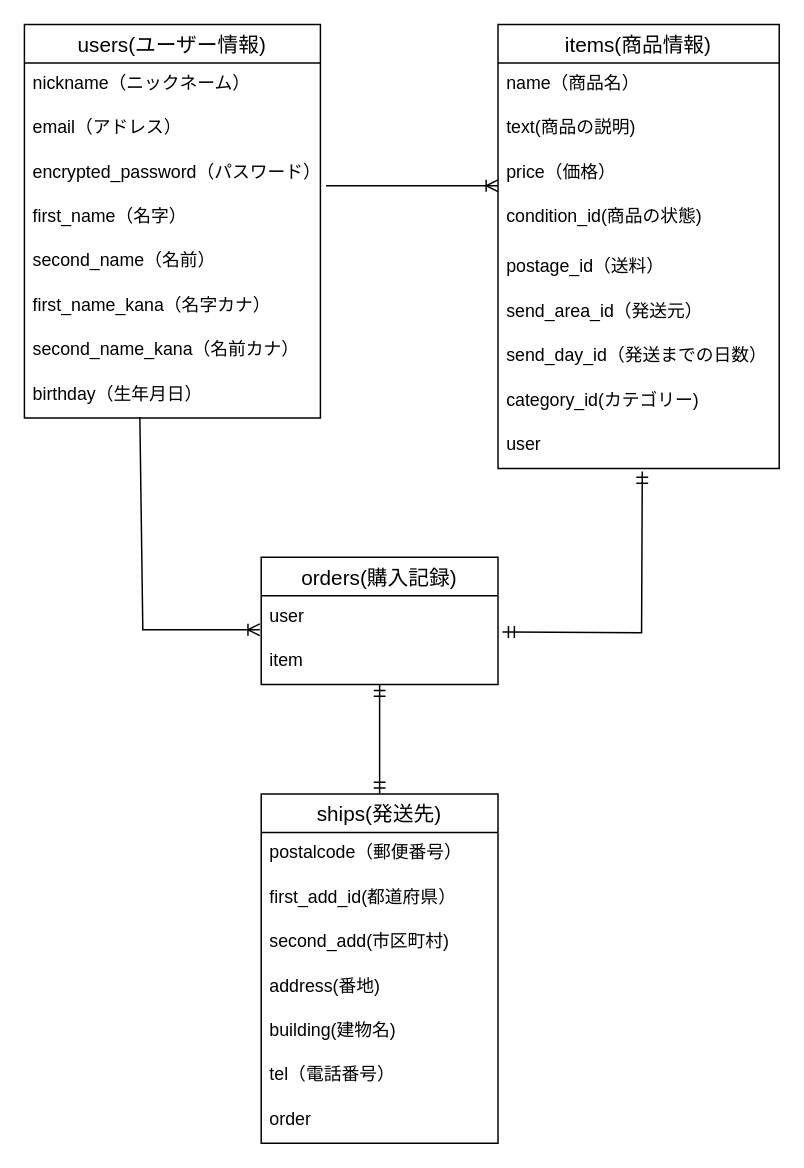
The draw.io diagram furima.dio in tarotani/furima-38505, before the edit. Source tidied: cells renumbered, new cells numbered last; positions are measured from the earlier drawing's top-left corner, leaving out a move shared by most shapes. Both pictures are drawn from the tidied source at 148%, with x=0, y=0 at pixel (24, 24).
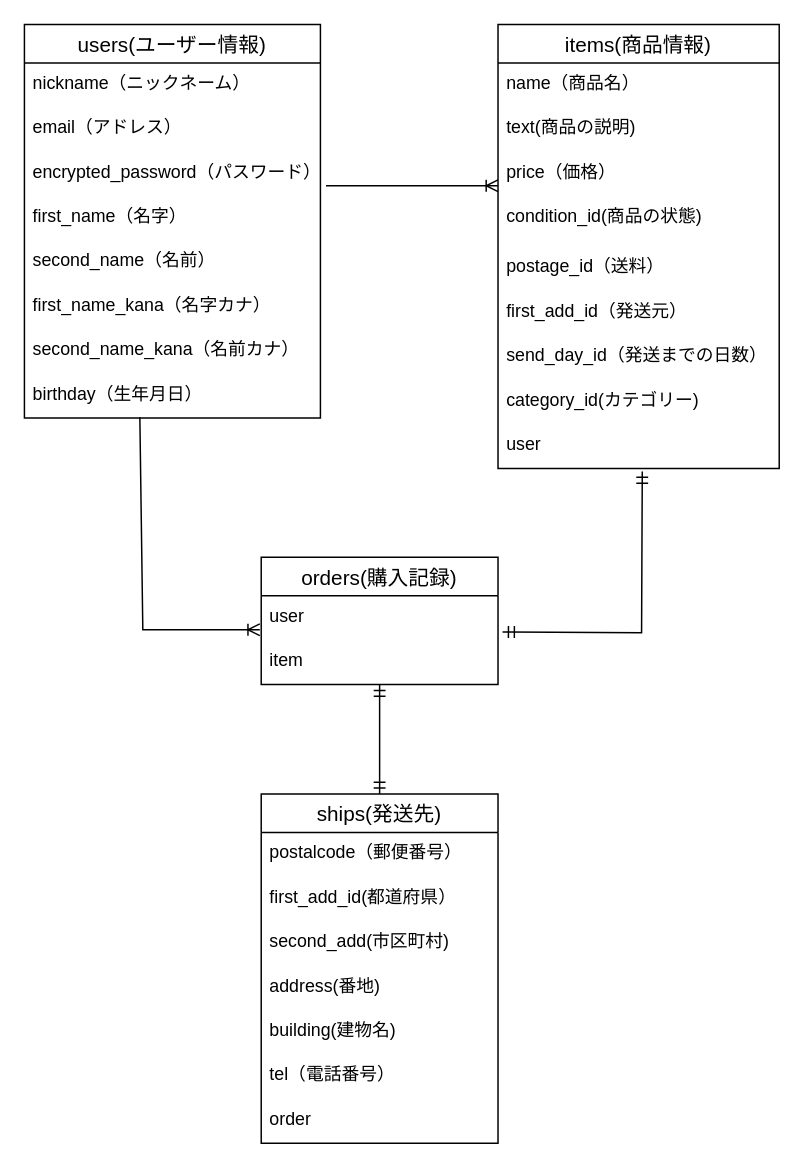
After the change.

Commit message (it also covers changes not shown here):
データベース設計_修正４

The change refers to these unchanged cells:
```xml
<mxCell id="11" value="items(商品情報)" style="swimlane;fontStyle=0;horizontal=1;startSize=26;align=center;fontSize=14;" parent="1" vertex="1">
  <mxGeometry x="320" width="190" height="300" as="geometry" />
</mxCell>
```

Change to the diagram source:
```diff
@@
-    <mxCell id="17" value="send_area_id（発送元）" style="text;strokeColor=none;fillColor=none;spacingLeft=4;spacingRight=4;overflow=hidden;fontSize=12;labelBackgroundColor=default;" parent="11" vertex="1">
+    <mxCell id="17" value="first_add_id（発送元）" style="text;strokeColor=none;fillColor=none;spacingLeft=4;spacingRight=4;overflow=hidden;fontSize=12;labelBackgroundColor=default;" parent="11" vertex="1">
       <mxGeometry y="180" width="190" height="30" as="geometry" />
     </mxCell>
```
